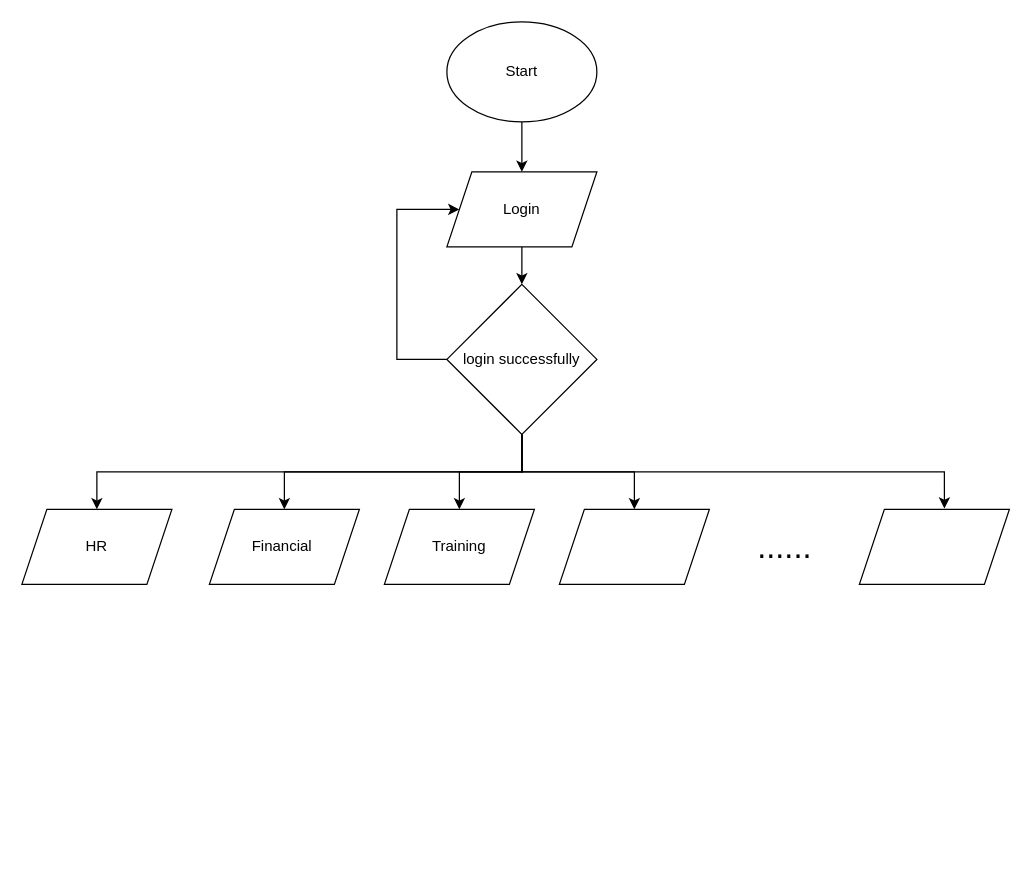
Before: Untitled Diagram.drawio in AnasAlsmele/hrFlowChart, a draw.io diagram. Source tidied: cells renumbered, new cells numbered last; positions are measured from the earlier drawing's top-left corner, leaving out a move shared by most shapes. Both pictures are drawn from the tidied source at 125%, with x=0, y=0 at pixel (21, 21).
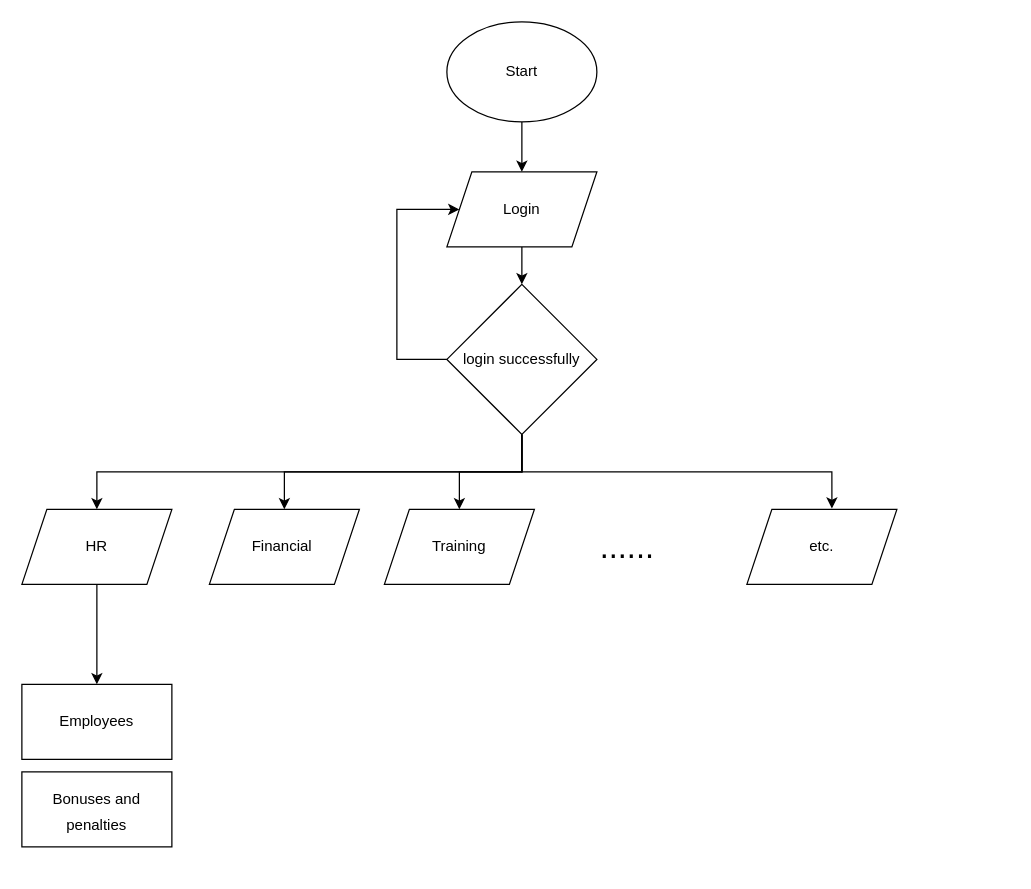
After the change.

Unchanged cells that the change refers to:
```xml
<mxCell id="8" value="login successfully" style="rhombus;whiteSpace=wrap;html=1;" parent="1" vertex="1">
  <mxGeometry x="340" y="210" width="120" height="120" as="geometry" />
</mxCell>
<mxCell id="12" value="HR" style="shape=parallelogram;perimeter=parallelogramPerimeter;whiteSpace=wrap;html=1;fixedSize=1;" parent="1" vertex="1">
  <mxGeometry y="390" width="120" height="60" as="geometry" />
</mxCell>
```

What changed in the source:
```diff
@@
-    <mxCell id="7" style="edgeStyle=orthogonalEdgeStyle;rounded=0;jettySize=auto;html=1;exitX=0.5;exitY=1;exitDx=0;exitDy=0;entryX=0.5;entryY=0;entryDx=0;entryDy=0;" parent="1" edge="1" source="8" target="9">
-      <mxGeometry relative="1" as="geometry" />
-    </mxCell>
@@
-    <mxCell id="9" style="shape=parallelogram;perimeter=parallelogramPerimeter;whiteSpace=wrap;html=1;fixedSize=1;" parent="1" vertex="1">
-      <mxGeometry x="430" y="390" width="120" height="60" as="geometry" />
-    </mxCell>
@@
+    <mxCell id="19" style="edgeStyle=orthogonalEdgeStyle;rounded=0;jettySize=auto;html=1;fontSize=26;" parent="1" edge="1" source="12" target="20">
+      <mxGeometry relative="1" as="geometry" />
+    </mxCell>
@@
-    <mxCell id="13" style="shape=parallelogram;perimeter=parallelogramPerimeter;whiteSpace=wrap;html=1;fixedSize=1;" parent="1" vertex="1">
-      <mxGeometry x="670" y="390" width="120" height="60" as="geometry" />
+    <mxCell id="13" value="etc." style="shape=parallelogram;perimeter=parallelogramPerimeter;whiteSpace=wrap;html=1;fixedSize=1;" parent="1" vertex="1">
+      <mxGeometry x="580" y="390" width="120" height="60" as="geometry" />
     </mxCell>
@@
     <mxCell id="17" style="endArrow=classic;html=1;rounded=0;exitX=0.5;exitY=1;exitDx=0;exitDy=0;entryX=0.567;entryY=-0.011;entryDx=0;entryDy=0;entryPerimeter=0;" parent="1" edge="1" source="8" target="13">
       <mxGeometry relative="1" as="geometry">
         <Array as="points">
           <mxPoint x="400" y="360" />
-          <mxPoint x="738" y="360" />
+          <mxPoint x="648" y="360" />
         </Array>
       </mxGeometry>
     </mxCell>
     <mxCell id="18" value="......" style="text;html=1;align=center;verticalAlign=middle;strokeColor=none;fillColor=none;fontSize=26;" parent="1" vertex="1">
-      <mxGeometry x="575" y="400" width="70" height="40" as="geometry" />
+      <mxGeometry x="449" y="400" width="70" height="40" as="geometry" />
     </mxCell>
+    <mxCell id="20" value="Employees" style="whiteSpace=wrap;html=1;align=center;" parent="1" vertex="1">
+      <mxGeometry y="530" width="120" height="60" as="geometry" />
+    </mxCell>
+    <mxCell id="21" value="&lt;p style=&quot;line-height: 60%;&quot;&gt;&lt;font style=&quot;font-size: 12px;&quot;&gt;Bonuses and penalties&lt;/font&gt;&lt;/p&gt;" style="rounded=0;whiteSpace=wrap;html=1;fontSize=26;" parent="1" vertex="1">
+      <mxGeometry y="600" width="120" height="60" as="geometry" />
+    </mxCell>
```
